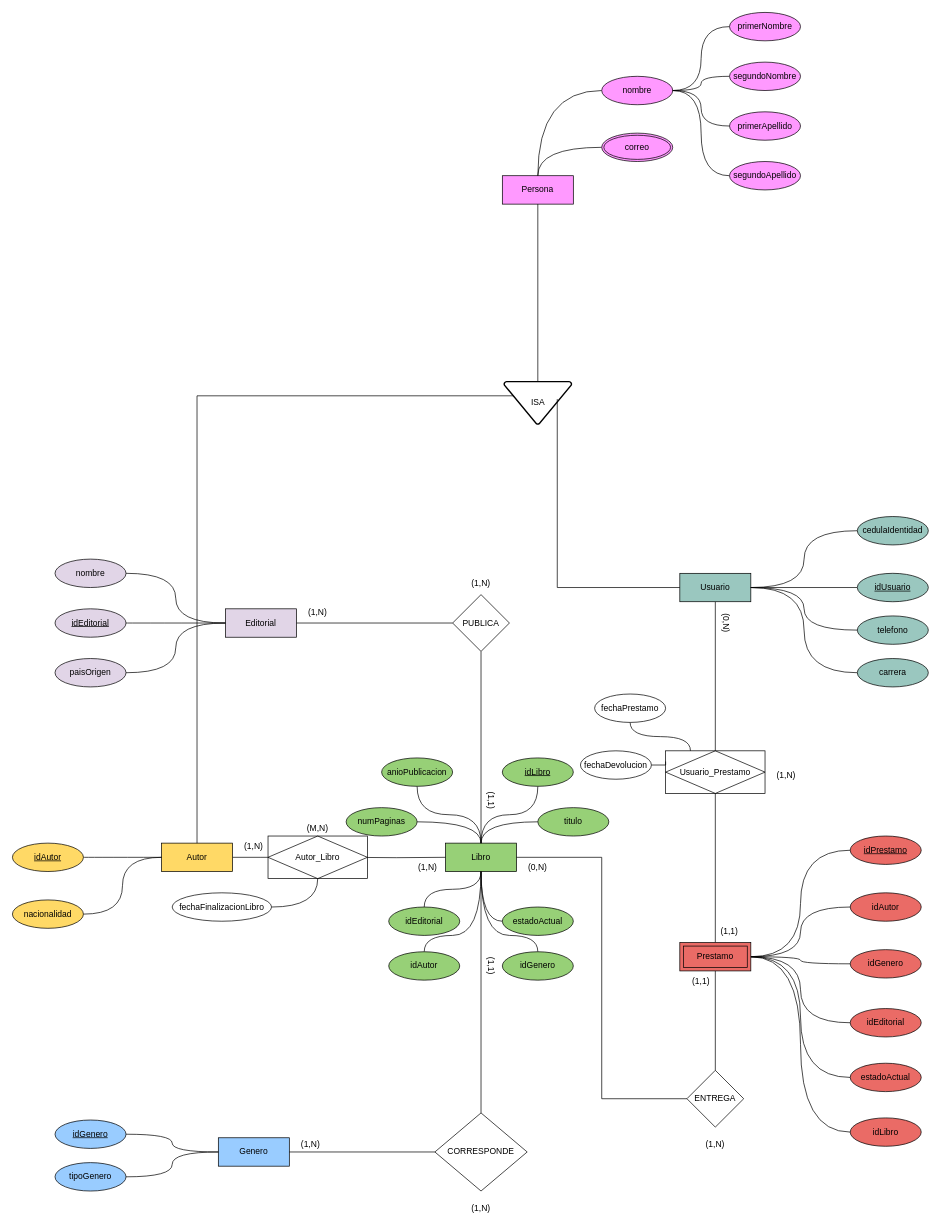
Isa4cc/BASE-DE-DATOS-I-DIAGRAMAS keeps this draw.io diagram as EjercicioGuiadoSemana2.drawio. Above is the earlier version. Source tidied: cells renumbered, new cells numbered last; positions are measured from the earlier drawing's top-left corner, leaving out a move shared by most shapes. Both pictures are drawn from the tidied source at 71%, with x=0, y=0 at pixel (12, 12).
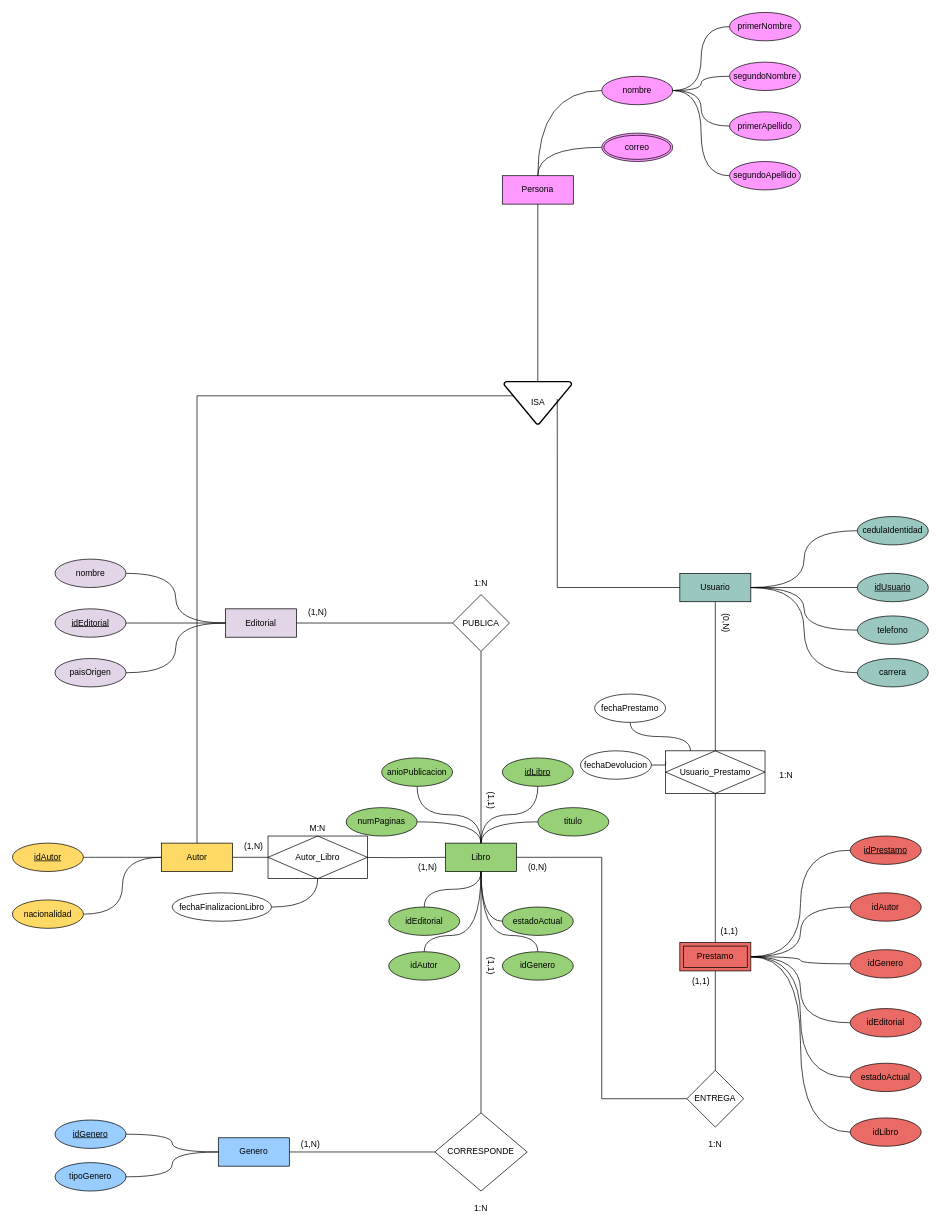
After the change.

Diff of the diagram source:
```diff
@@
-    <mxCell id="77" value="(M,N)" style="text;html=1;whiteSpace=wrap;strokeColor=none;fillColor=none;align=center;verticalAlign=middle;rounded=0;" parent="1" vertex="1">
+    <mxCell id="77" value="M:N" style="text;html=1;whiteSpace=wrap;strokeColor=none;fillColor=none;align=center;verticalAlign=middle;rounded=0;" parent="1" vertex="1">
       <mxGeometry x="400" y="1135" width="60" height="30" as="geometry" />
     </mxCell>
@@
-    <mxCell id="84" value="(1,N)" style="text;html=1;whiteSpace=wrap;strokeColor=none;fillColor=none;align=center;verticalAlign=middle;rounded=0;" parent="1" vertex="1">
+    <mxCell id="84" value="1:N" style="text;html=1;whiteSpace=wrap;strokeColor=none;fillColor=none;align=center;verticalAlign=middle;rounded=0;" parent="1" vertex="1">
       <mxGeometry x="630" y="790" width="60" height="30" as="geometry" />
     </mxCell>
@@
-    <mxCell id="86" value="(1,N)" style="text;html=1;whiteSpace=wrap;strokeColor=none;fillColor=none;align=center;verticalAlign=middle;rounded=0;" parent="1" vertex="1">
+    <mxCell id="86" value="1:N" style="text;html=1;whiteSpace=wrap;strokeColor=none;fillColor=none;align=center;verticalAlign=middle;rounded=0;" parent="1" vertex="1">
       <mxGeometry x="630" y="1670" width="60" height="30" as="geometry" />
     </mxCell>
@@
-    <mxCell id="91" value="(1,N)" style="text;html=1;whiteSpace=wrap;strokeColor=none;fillColor=none;align=center;verticalAlign=middle;rounded=0;" parent="1" vertex="1">
+    <mxCell id="91" value="1:N" style="text;html=1;whiteSpace=wrap;strokeColor=none;fillColor=none;align=center;verticalAlign=middle;rounded=0;" parent="1" vertex="1">
       <mxGeometry x="1060" y="1060" width="60" height="30" as="geometry" />
     </mxCell>
@@
-    <mxCell id="98" value="(1,N)" style="text;html=1;whiteSpace=wrap;strokeColor=none;fillColor=none;align=center;verticalAlign=middle;rounded=0;" parent="1" vertex="1">
+    <mxCell id="98" value="1:N" style="text;html=1;whiteSpace=wrap;strokeColor=none;fillColor=none;align=center;verticalAlign=middle;rounded=0;" parent="1" vertex="1">
       <mxGeometry x="960" y="1580" width="60" height="30" as="geometry" />
     </mxCell>
```
